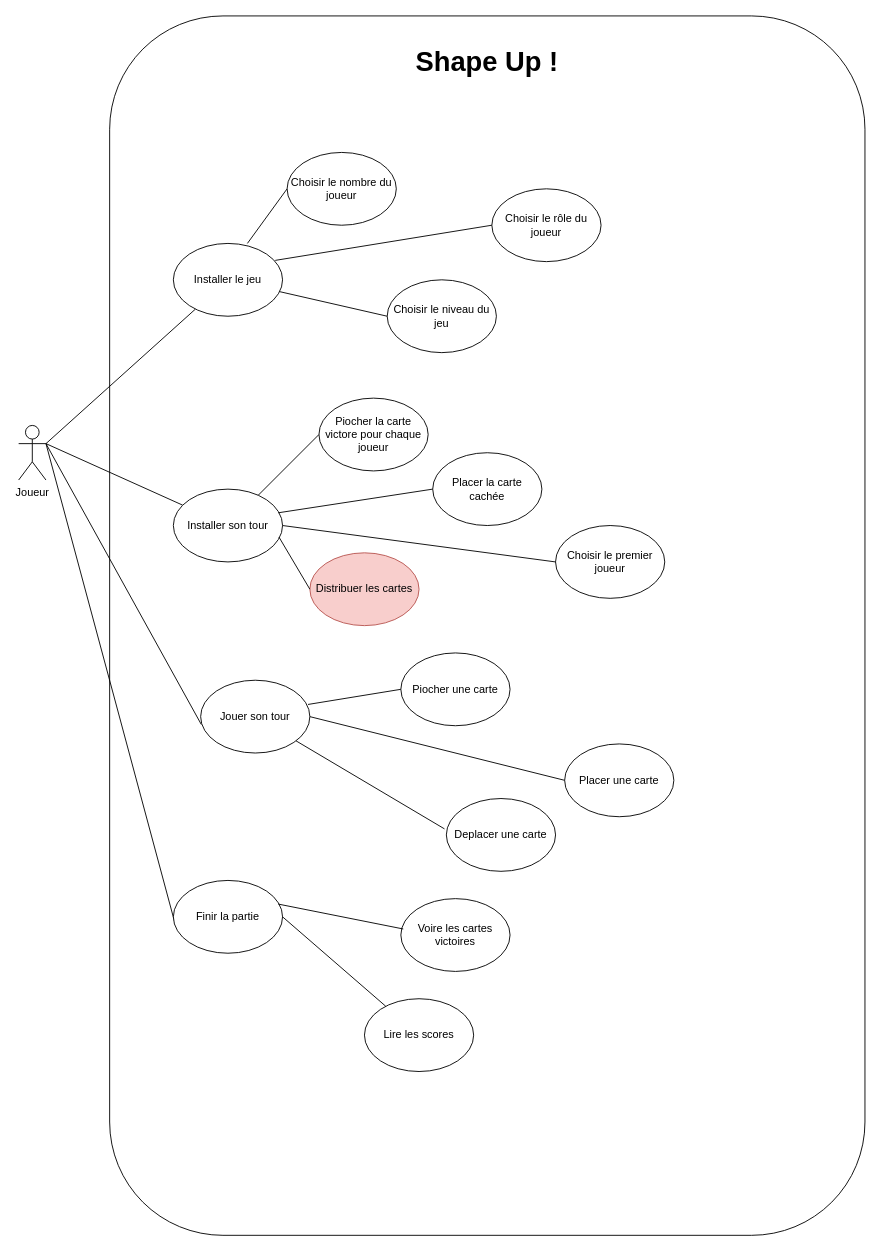
codingTheWorld777/Diagrams-Project_SHAPE_UP keeps this draw.io diagram as useCase.drawio. Above is the earlier version. Source tidied: cells renumbered, new cells numbered last; positions are measured from the earlier drawing's top-left corner, leaving out a move shared by most shapes. Both pictures are drawn from the tidied source at 91%, with x=0, y=0 at pixel (18, 15).
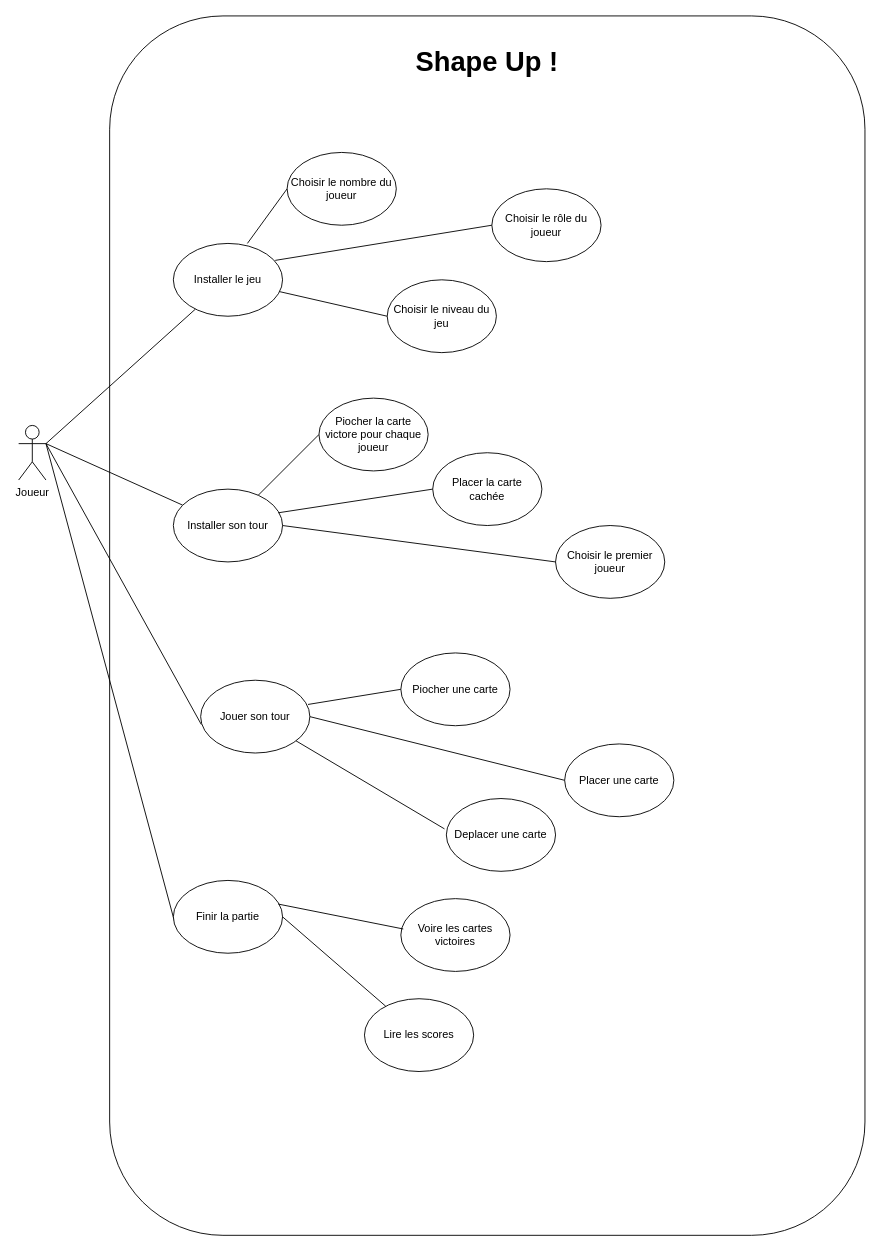
Above is the later version.

Unchanged cells that the change refers to:
```xml
<mxCell id="9" value="Installer son tour" style="ellipse;whiteSpace=wrap;html=1;" parent="1" vertex="1">
  <mxGeometry x="170" y="520" width="120" height="80" as="geometry" />
</mxCell>
```

The edit, as a diff of the source:
```diff
@@
-    <mxCell id="17" value="Distribuer les cartes" style="ellipse;whiteSpace=wrap;html=1;fillColor=#f8cecc;strokeColor=#b85450;" parent="1" vertex="1">
-      <mxGeometry x="320" y="590" width="120" height="80" as="geometry" />
-    </mxCell>
@@
-    <mxCell id="28" style="endArrow=none;html=1;exitX=0.967;exitY=0.658;exitDx=0;exitDy=0;exitPerimeter=0;entryX=0;entryY=0.5;entryDx=0;entryDy=0;" parent="1" edge="1" source="9" target="17">
-      <mxGeometry relative="1" as="geometry" />
-    </mxCell>
```
